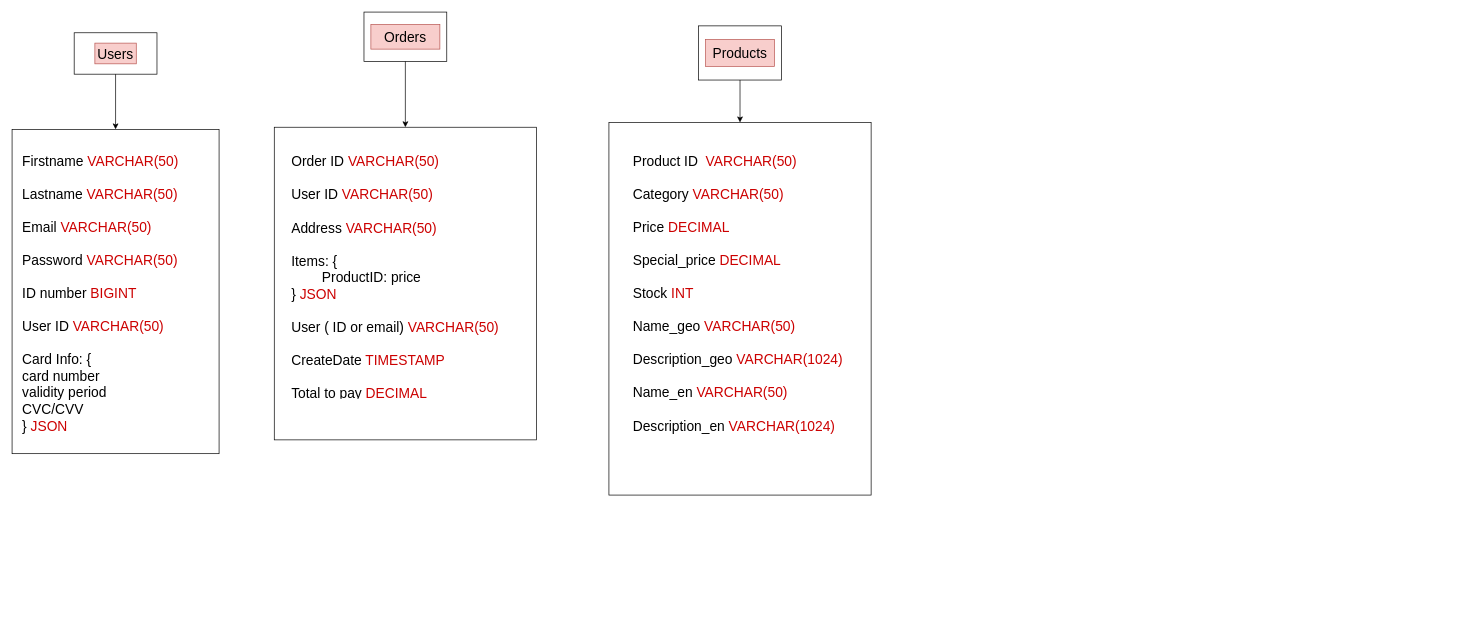
This is readme/diagrams/sql_models.drawio from NikaKiria/KIROSHOP, a draw.io file, before an edit. Source tidied: cells renumbered, new cells numbered last; positions are measured from the earlier drawing's top-left corner, leaving out a move shared by most shapes. Both pictures are drawn from the tidied source at 69%, with x=0, y=0 at pixel (12, 12).
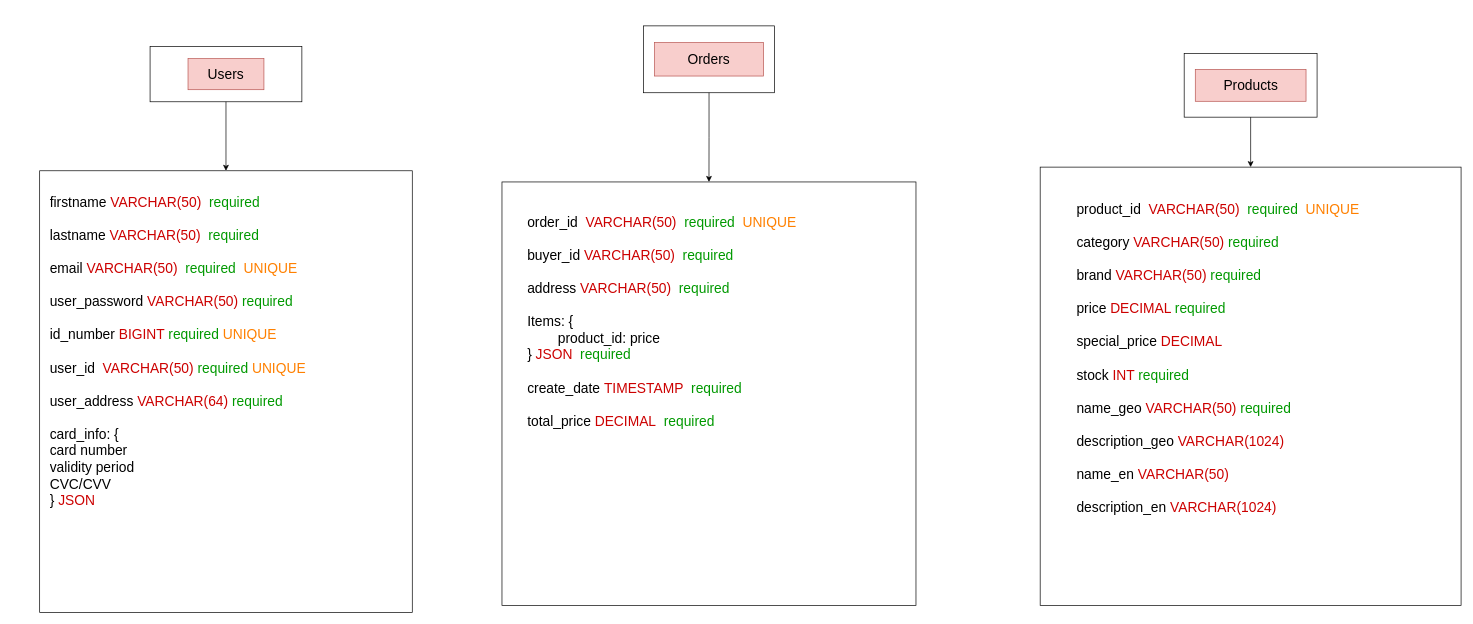
Above is the later version.

Commit message (it also covers changes not shown here):
create models for users orders and products

The edit, as a diff of the source:
```diff
@@
     <mxCell id="2" style="group;" parent="1" vertex="1">
-      <mxGeometry x="90" y="30" width="120" height="60" as="geometry" />
+      <mxGeometry x="250" y="70" width="170" height="60" as="geometry" />
     </mxCell>
     <mxCell id="3" style="rounded=0;whiteSpace=wrap;html=1;" parent="2" vertex="1">
-      <mxGeometry width="120" height="60" as="geometry" />
+      <mxGeometry x="-50" y="-20" width="220" height="80" as="geometry" />
     </mxCell>
     <mxCell id="4" value="Users" style="text;html=1;strokeColor=#b85450;fillColor=#f8cecc;align=center;verticalAlign=middle;whiteSpace=wrap;rounded=0;fontSize=20;" parent="2" vertex="1">
-      <mxGeometry x="30" y="15" width="60" height="30" as="geometry" />
+      <mxGeometry x="5" y="-2.5" width="110" height="45" as="geometry" />
     </mxCell>
     <mxCell id="5" style="rounded=0;whiteSpace=wrap;html=1;" parent="1" vertex="1">
-      <mxGeometry y="170" width="300" height="470" as="geometry" />
+      <mxGeometry x="40" y="230" width="540" height="640" as="geometry" />
     </mxCell>
@@
-    <mxCell id="7" value="&lt;br&gt;Firstname &lt;font color=&quot;#cc0000&quot;&gt;VARCHAR(50)&lt;/font&gt;&lt;br&gt;&lt;br&gt;Lastname&amp;nbsp;&lt;span style=&quot;color: rgb(204 , 0 , 0)&quot;&gt;VARCHAR(50)&lt;/span&gt;&lt;br&gt;&lt;br&gt;Email&amp;nbsp;&lt;span style=&quot;color: rgb(204 , 0 , 0)&quot;&gt;VARCHAR(50)&lt;/span&gt;&lt;br&gt;&lt;br&gt;Password&amp;nbsp;&lt;span style=&quot;color: rgb(204 , 0 , 0)&quot;&gt;VARCHAR(50)&lt;/span&gt;&lt;br&gt;&lt;br&gt;ID number &lt;font color=&quot;#cc0000&quot;&gt;BIGINT&lt;br&gt;&lt;/font&gt;&lt;br&gt;User ID &lt;font color=&quot;#cc0000&quot;&gt;VARCHAR(50)&lt;/font&gt;&lt;br&gt;&lt;br&gt;Card Info: {&lt;br&gt;&lt;span&gt;&#9;&lt;/span&gt;card number&lt;br&gt;&lt;span&gt;&lt;span&gt;&#9;&lt;/span&gt;validity period&lt;br&gt;&lt;span&gt;&#9;&lt;/span&gt;CVC/CVV&#9;&lt;/span&gt;&lt;br&gt;} &lt;font color=&quot;#cc0000&quot;&gt;JSON&lt;/font&gt;" style="text;html=1;strokeColor=none;fillColor=none;spacing=5;spacingTop=-20;whiteSpace=wrap;overflow=hidden;rounded=0;fontSize=20;" parent="1" vertex="1">
-      <mxGeometry x="10" y="190" width="270" height="440" as="geometry" />
+    <mxCell id="7" value="&lt;br&gt;firstname&amp;nbsp;&lt;font color=&quot;#cc0000&quot;&gt;VARCHAR(50)&amp;nbsp; &lt;/font&gt;&lt;font color=&quot;#009900&quot;&gt;required&lt;/font&gt;&lt;br&gt;&lt;br&gt;lastname&amp;nbsp;&lt;span style=&quot;color: rgb(204 , 0 , 0)&quot;&gt;VARCHAR(50)&amp;nbsp; &lt;/span&gt;&lt;font color=&quot;#009900&quot;&gt;required&lt;/font&gt;&lt;br&gt;&lt;br&gt;email&amp;nbsp;&lt;span style=&quot;color: rgb(204 , 0 , 0)&quot;&gt;VARCHAR(50)&amp;nbsp; &lt;/span&gt;&lt;font color=&quot;#009900&quot;&gt;required&amp;nbsp; &lt;/font&gt;&lt;font color=&quot;#ff8000&quot;&gt;UNIQUE&lt;/font&gt;&lt;br&gt;&lt;br&gt;user_password&amp;nbsp;&lt;span style=&quot;color: rgb(204 , 0 , 0)&quot;&gt;VARCHAR(50) &lt;/span&gt;&lt;font color=&quot;#009900&quot;&gt;required&lt;/font&gt;&lt;br&gt;&lt;br&gt;id_number&amp;nbsp;&lt;font color=&quot;#cc0000&quot;&gt;BIGINT &lt;/font&gt;&lt;font color=&quot;#009900&quot;&gt;required &lt;/font&gt;&lt;font color=&quot;#ff8000&quot;&gt;UNIQUE&lt;/font&gt;&lt;br&gt;&lt;br&gt;user_id&amp;nbsp;&amp;nbsp;&lt;font color=&quot;#cc0000&quot;&gt;VARCHAR(50) &lt;/font&gt;&lt;font color=&quot;#009900&quot;&gt;required &lt;/font&gt;&lt;font color=&quot;#ff8000&quot;&gt;UNIQUE&lt;br&gt;&lt;/font&gt;&lt;br&gt;user_address &lt;font color=&quot;#cc0000&quot;&gt;VARCHAR(64) &lt;/font&gt;&lt;font color=&quot;#009900&quot;&gt;required&lt;/font&gt;&lt;br&gt;&lt;br&gt;card_info: {&lt;br&gt;&#9;card number&lt;br&gt;&#9;validity period&lt;br&gt;&#9;CVC/CVV&#9;&lt;br&gt;} &lt;font color=&quot;#cc0000&quot;&gt;JSON&amp;nbsp;&lt;/font&gt;" style="text;html=1;strokeColor=none;fillColor=none;spacing=5;spacingTop=-20;whiteSpace=wrap;overflow=hidden;rounded=0;fontSize=20;" parent="1" vertex="1">
+      <mxGeometry x="50" y="250" width="520" height="600" as="geometry" />
     </mxCell>
     <mxCell id="8" style="group;" parent="1" vertex="1">
-      <mxGeometry x="380" width="380" height="620" as="geometry" />
+      <mxGeometry x="710" y="20" width="600" height="840" as="geometry" />
     </mxCell>
     <mxCell id="9" style="group;" parent="8" vertex="1">
-      <mxGeometry x="130" width="120" height="71.5" as="geometry" />
+      <mxGeometry x="205.3" width="189.5" height="96.9" as="geometry" />
     </mxCell>
     <mxCell id="10" style="rounded=0;whiteSpace=wrap;html=1;" parent="9" vertex="1">
-      <mxGeometry width="120" height="71.5" as="geometry" />
+      <mxGeometry width="189.5" height="96.9" as="geometry" />
     </mxCell>
     <mxCell id="11" value="Orders" style="text;html=1;strokeColor=#b85450;fillColor=#f8cecc;align=center;verticalAlign=middle;whiteSpace=wrap;rounded=0;fontSize=20;" parent="9" vertex="1">
-      <mxGeometry x="10" y="17.9" width="100" height="35.8" as="geometry" />
+      <mxGeometry x="15.8" y="24.2" width="157.9" height="48.5" as="geometry" />
     </mxCell>
     <mxCell id="12" style="rounded=0;whiteSpace=wrap;html=1;" parent="8" vertex="1">
-      <mxGeometry y="166.9" width="380" height="453.1" as="geometry" />
+      <mxGeometry y="226.2" width="600" height="613.8" as="geometry" />
     </mxCell>
@@
-    <mxCell id="14" value="&lt;br&gt;Order ID &lt;font color=&quot;#cc0000&quot;&gt;VARCHAR(50)&lt;/font&gt;&lt;br&gt;&lt;br&gt;User ID&amp;nbsp;&lt;span style=&quot;color: rgb(204 , 0 , 0)&quot;&gt;VARCHAR(50)&lt;/span&gt;&lt;br&gt;&lt;br&gt;Address&amp;nbsp;&lt;span style=&quot;color: rgb(204 , 0 , 0)&quot;&gt;VARCHAR(50)&lt;/span&gt;&lt;br&gt;&lt;br&gt;Items: {&lt;br&gt;&lt;span style=&quot;white-space: pre&quot;&gt;&#9;&lt;/span&gt;ProductID: price&lt;br&gt;}&amp;nbsp;&lt;font color=&quot;#cc0000&quot;&gt;JSON&lt;/font&gt;&lt;br&gt;&lt;br&gt;User ( ID or email) &lt;font color=&quot;#cc0000&quot;&gt;VARCHAR(50)&lt;/font&gt;&lt;br&gt;&lt;br&gt;CreateDate &lt;font color=&quot;#cc0000&quot;&gt;TIMESTAMP&lt;/font&gt;&lt;br&gt;&lt;br&gt;Total to pay &lt;font color=&quot;#cc0000&quot;&gt;DECIMAL&lt;/font&gt;" style="text;html=1;strokeColor=none;fillColor=none;spacing=5;spacingTop=-20;whiteSpace=wrap;overflow=hidden;rounded=0;fontSize=20;" parent="8" vertex="1">
-      <mxGeometry x="20" y="190.8" width="350" height="369.6" as="geometry" />
+    <mxCell id="14" value="&lt;br&gt;order_id&amp;nbsp;&amp;nbsp;&lt;font color=&quot;#cc0000&quot;&gt;VARCHAR(50)&amp;nbsp; &lt;/font&gt;&lt;font color=&quot;#009900&quot;&gt;required&amp;nbsp; &lt;/font&gt;&lt;font color=&quot;#ff8000&quot;&gt;UNIQUE&lt;/font&gt;&lt;br&gt;&lt;br&gt;buyer_id&amp;nbsp;&lt;span style=&quot;color: rgb(204 , 0 , 0)&quot;&gt;VARCHAR(50)&amp;nbsp; &lt;/span&gt;&lt;font color=&quot;#009900&quot;&gt;required&amp;nbsp;&lt;/font&gt;&lt;br&gt;&lt;br&gt;address&amp;nbsp;&lt;span style=&quot;color: rgb(204 , 0 , 0)&quot;&gt;VARCHAR(50)&amp;nbsp; &lt;/span&gt;&lt;font color=&quot;#009900&quot;&gt;required&lt;/font&gt;&lt;br&gt;&lt;br&gt;Items: {&lt;br&gt;&lt;span style=&quot;white-space: pre&quot;&gt;&#9;&lt;/span&gt;product_id: price&lt;br&gt;}&amp;nbsp;&lt;font color=&quot;#cc0000&quot;&gt;JSON&amp;nbsp; &lt;/font&gt;&lt;font color=&quot;#009900&quot;&gt;required&lt;/font&gt;&lt;br&gt;&lt;br&gt;create_date&amp;nbsp;&lt;font color=&quot;#cc0000&quot;&gt;TIMESTAMP&amp;nbsp; &lt;/font&gt;&lt;font color=&quot;#009900&quot;&gt;required&lt;/font&gt;&lt;br&gt;&lt;br&gt;total_price&amp;nbsp;&lt;font color=&quot;#cc0000&quot;&gt;DECIMAL&amp;nbsp; &lt;/font&gt;&lt;font color=&quot;#009900&quot;&gt;required&lt;/font&gt;" style="text;html=1;strokeColor=none;fillColor=none;spacing=5;spacingTop=-20;whiteSpace=wrap;overflow=hidden;rounded=0;fontSize=20;" parent="8" vertex="1">
+      <mxGeometry x="31.6" y="258.5" width="552.6" height="500.8" as="geometry" />
     </mxCell>
     <mxCell id="15" style="group;" parent="1" vertex="1">
-      <mxGeometry x="865" y="20" width="380" height="680" as="geometry" />
+      <mxGeometry x="1490" y="60" width="610" height="800" as="geometry" />
     </mxCell>
     <mxCell id="16" style="group;" parent="15" vertex="1">
-      <mxGeometry x="130" width="120" height="78.5" as="geometry" />
+      <mxGeometry x="208.7" width="192.6" height="92.3" as="geometry" />
     </mxCell>
     <mxCell id="17" style="rounded=0;whiteSpace=wrap;html=1;" parent="16" vertex="1">
-      <mxGeometry width="120" height="78.5" as="geometry" />
+      <mxGeometry width="192.6" height="92.3" as="geometry" />
     </mxCell>
     <mxCell id="18" value="Products" style="text;html=1;strokeColor=#b85450;fillColor=#f8cecc;align=center;verticalAlign=middle;whiteSpace=wrap;rounded=0;fontSize=20;" parent="16" vertex="1">
-      <mxGeometry x="10" y="19.6" width="100" height="39.2" as="geometry" />
+      <mxGeometry x="16.1" y="23.1" width="160.5" height="46.2" as="geometry" />
     </mxCell>
     <mxCell id="19" style="rounded=0;whiteSpace=wrap;html=1;" parent="15" vertex="1">
-      <mxGeometry y="140" width="380" height="540" as="geometry" />
+      <mxGeometry y="164.7" width="610" height="635.3" as="geometry" />
     </mxCell>
@@
-    <mxCell id="21" value="&lt;br&gt;Product ID&amp;nbsp; &lt;font color=&quot;#cc0000&quot;&gt;VARCHAR(50)&lt;/font&gt;&lt;br&gt;&lt;br&gt;Category&amp;nbsp;&lt;span style=&quot;color: rgb(204 , 0 , 0)&quot;&gt;VARCHAR(50)&lt;/span&gt;&lt;br&gt;&lt;br&gt;Price &lt;font color=&quot;#cc0000&quot;&gt;DECIMAL&lt;/font&gt;&lt;br&gt;&lt;br&gt;Special_price&amp;nbsp;&lt;span style=&quot;color: rgb(204 , 0 , 0)&quot;&gt;DECIMAL&lt;/span&gt;&lt;br&gt;&lt;br&gt;Stock &lt;font color=&quot;#cc0000&quot;&gt;INT&lt;/font&gt;&lt;br&gt;&lt;br&gt;Name_geo&amp;nbsp;&lt;span style=&quot;color: rgb(204 , 0 , 0)&quot;&gt;VARCHAR(50)&lt;/span&gt;&lt;br&gt;&lt;br&gt;Description_geo&amp;nbsp;&lt;span style=&quot;color: rgb(204 , 0 , 0)&quot;&gt;VARCHAR(1024)&lt;/span&gt;&lt;br&gt;&lt;br&gt;Name_en&amp;nbsp;&lt;span style=&quot;color: rgb(204 , 0 , 0)&quot;&gt;VARCHAR(50)&lt;/span&gt;&lt;br&gt;&lt;br&gt;Description_en&amp;nbsp;&lt;span style=&quot;color: rgb(204 , 0 , 0)&quot;&gt;VARCHAR(1024)&lt;/span&gt;" style="text;html=1;strokeColor=none;fillColor=none;spacing=5;spacingTop=-20;whiteSpace=wrap;overflow=hidden;rounded=0;fontSize=20;" parent="15" vertex="1">
-      <mxGeometry x="30" y="170" width="320" height="490" as="geometry" />
+    <mxCell id="21" value="&lt;br&gt;product_id&amp;nbsp;&amp;nbsp;&lt;font color=&quot;#cc0000&quot;&gt;VARCHAR(50)&amp;nbsp; &lt;/font&gt;&lt;font color=&quot;#009900&quot;&gt;required&amp;nbsp; &lt;/font&gt;&lt;font color=&quot;#ff8000&quot;&gt;UNIQUE&lt;/font&gt;&lt;br&gt;&lt;br&gt;category&amp;nbsp;&lt;span style=&quot;color: rgb(204 , 0 , 0)&quot;&gt;VARCHAR(50) &lt;/span&gt;&lt;font color=&quot;#009900&quot;&gt;required&lt;/font&gt;&lt;br&gt;&lt;br&gt;brand &lt;font color=&quot;#cc0000&quot;&gt;VARCHAR(50) &lt;/font&gt;&lt;font color=&quot;#009900&quot;&gt;required&lt;/font&gt;&lt;br&gt;&lt;br&gt;price&amp;nbsp;&lt;font color=&quot;#cc0000&quot;&gt;DECIMAL &lt;/font&gt;&lt;font color=&quot;#009900&quot;&gt;required&lt;/font&gt;&lt;br&gt;&lt;br&gt;special_price&amp;nbsp;&lt;span style=&quot;color: rgb(204 , 0 , 0)&quot;&gt;DECIMAL&lt;/span&gt;&lt;br&gt;&lt;br&gt;stock&amp;nbsp;&lt;font color=&quot;#cc0000&quot;&gt;INT &lt;/font&gt;&lt;font color=&quot;#009900&quot;&gt;required&lt;/font&gt;&lt;br&gt;&lt;br&gt;name_geo&amp;nbsp;&lt;span style=&quot;color: rgb(204 , 0 , 0)&quot;&gt;VARCHAR(50) &lt;/span&gt;&lt;font color=&quot;#009900&quot;&gt;required&lt;/font&gt;&lt;br&gt;&lt;br&gt;description_geo&amp;nbsp;&lt;span style=&quot;color: rgb(204 , 0 , 0)&quot;&gt;VARCHAR(1024)&lt;/span&gt;&lt;br&gt;&lt;br&gt;name_en&amp;nbsp;&lt;span style=&quot;color: rgb(204 , 0 , 0)&quot;&gt;VARCHAR(50)&lt;/span&gt;&lt;br&gt;&lt;br&gt;description_en&amp;nbsp;&lt;span style=&quot;color: rgb(204 , 0 , 0)&quot;&gt;VARCHAR(1024)&lt;/span&gt;" style="text;html=1;strokeColor=none;fillColor=none;spacing=5;spacingTop=-20;whiteSpace=wrap;overflow=hidden;rounded=0;fontSize=20;" parent="15" vertex="1">
+      <mxGeometry x="48.2" y="200" width="513.7" height="576.5" as="geometry" />
     </mxCell>
```
